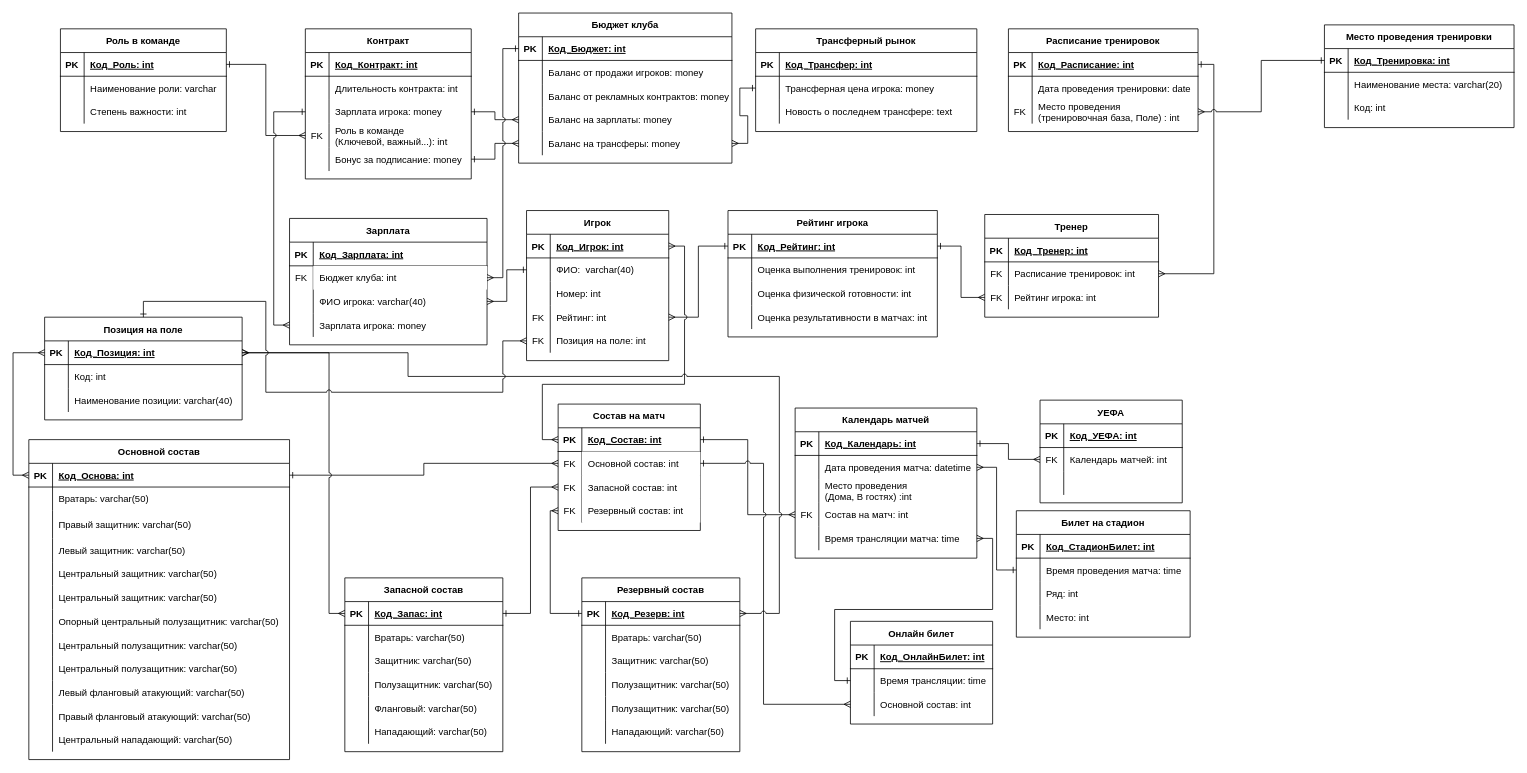
Earlier version of the draw.io diagram page "Page-1" (1 of 2) of ER Diagramm.drawio (Alexsander996/football). Source tidied: cells renumbered, new cells numbered last; positions are measured from the earlier drawing's top-left corner, leaving out a move shared by most shapes. Both pictures are drawn from the tidied source at 79%, with x=0, y=0 at pixel (13, 13).
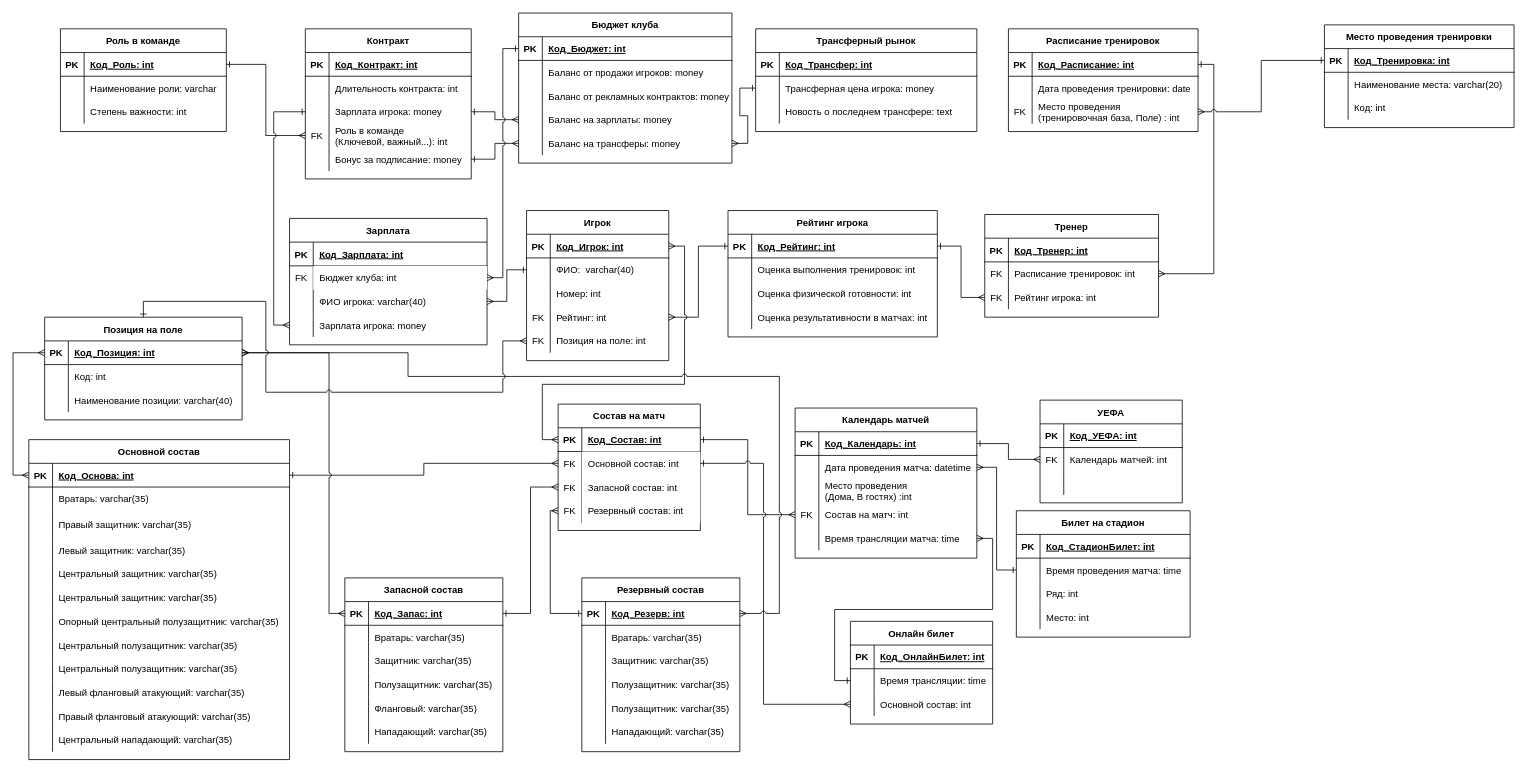
After the change.

Unchanged cells that the change refers to:
```xml
<mxCell id="192" style="shape=partialRectangle;fillColor=none;top=0;left=0;bottom=0;right=0;" parent="188" vertex="1">
  <mxGeometry y="60" width="330" height="30" as="geometry" />
</mxCell>
<mxCell id="195" style="shape=partialRectangle;fillColor=none;top=0;left=0;bottom=0;right=0;" parent="188" vertex="1">
  <mxGeometry y="90" width="330" height="35" as="geometry" />
</mxCell>
<mxCell id="198" style="shape=partialRectangle;fillColor=none;top=0;left=0;bottom=0;right=0;" parent="188" vertex="1">
  <mxGeometry y="125" width="330" height="30" as="geometry" />
</mxCell>
<mxCell id="201" style="shape=partialRectangle;fillColor=none;top=0;left=0;bottom=0;right=0;" parent="188" vertex="1">
  <mxGeometry y="155" width="330" height="30" as="geometry" />
</mxCell>
<mxCell id="204" style="shape=partialRectangle;fillColor=none;top=0;left=0;bottom=0;right=0;" parent="188" vertex="1">
  <mxGeometry y="185" width="330" height="30" as="geometry" />
</mxCell>
<mxCell id="207" style="shape=partialRectangle;fillColor=none;top=0;left=0;bottom=0;right=0;" parent="188" vertex="1">
  <mxGeometry y="215" width="330" height="30" as="geometry" />
</mxCell>
<mxCell id="210" style="shape=partialRectangle;fillColor=none;top=0;left=0;bottom=0;right=0;" parent="188" vertex="1">
  <mxGeometry y="245" width="330" height="30" as="geometry" />
</mxCell>
<mxCell id="213" style="shape=partialRectangle;fillColor=none;top=0;left=0;bottom=0;right=0;" parent="188" vertex="1">
  <mxGeometry y="275" width="330" height="30" as="geometry" />
</mxCell>
<mxCell id="216" style="shape=partialRectangle;fillColor=none;top=0;left=0;bottom=0;right=0;" parent="188" vertex="1">
  <mxGeometry y="305" width="330" height="30" as="geometry" />
</mxCell>
<mxCell id="219" style="shape=partialRectangle;fillColor=none;top=0;left=0;bottom=0;right=0;" parent="188" vertex="1">
  <mxGeometry y="335" width="330" height="30" as="geometry" />
</mxCell>
<mxCell id="222" style="shape=partialRectangle;fillColor=none;top=0;left=0;bottom=0;right=0;" parent="188" vertex="1">
  <mxGeometry y="365" width="330" height="30" as="geometry" />
</mxCell>
<mxCell id="229" style="shape=partialRectangle;fillColor=none;top=0;left=0;bottom=0;right=0;" parent="225" vertex="1">
  <mxGeometry y="60" width="200" height="30" as="geometry" />
</mxCell>
<mxCell id="232" style="shape=partialRectangle;fillColor=none;top=0;left=0;bottom=0;right=0;" parent="225" vertex="1">
  <mxGeometry y="90" width="200" height="30" as="geometry" />
</mxCell>
<mxCell id="235" style="shape=partialRectangle;fillColor=none;top=0;left=0;bottom=0;right=0;" parent="225" vertex="1">
  <mxGeometry y="120" width="200" height="30" as="geometry" />
</mxCell>
<mxCell id="238" style="shape=partialRectangle;fillColor=none;top=0;left=0;bottom=0;right=0;" parent="225" vertex="1">
  <mxGeometry y="150" width="200" height="30" as="geometry" />
</mxCell>
<mxCell id="241" style="shape=partialRectangle;fillColor=none;top=0;left=0;bottom=0;right=0;" parent="225" vertex="1">
  <mxGeometry y="180" width="200" height="30" as="geometry" />
</mxCell>
<mxCell id="248" style="shape=partialRectangle;fillColor=none;top=0;left=0;bottom=0;right=0;" parent="244" vertex="1">
  <mxGeometry y="60" width="200" height="30" as="geometry" />
</mxCell>
<mxCell id="251" style="shape=partialRectangle;fillColor=none;top=0;left=0;bottom=0;right=0;" parent="244" vertex="1">
  <mxGeometry y="90" width="200" height="30" as="geometry" />
</mxCell>
<mxCell id="254" style="shape=partialRectangle;fillColor=none;top=0;left=0;bottom=0;right=0;" parent="244" vertex="1">
  <mxGeometry y="120" width="200" height="30" as="geometry" />
</mxCell>
<mxCell id="257" style="shape=partialRectangle;fillColor=none;top=0;left=0;bottom=0;right=0;" parent="244" vertex="1">
  <mxGeometry y="150" width="200" height="30" as="geometry" />
</mxCell>
<mxCell id="260" style="shape=partialRectangle;fillColor=none;top=0;left=0;bottom=0;right=0;" parent="244" vertex="1">
  <mxGeometry y="180" width="200" height="30" as="geometry" />
</mxCell>
```

Change to the diagram source:
```diff
@@
-    <mxCell id="194" value="Вратарь: varchar(50)" style="shape=partialRectangle;fillColor=none;top=0;left=0;bottom=0;right=0;align=left;spacingLeft=6;overflow=hidden;" parent="192" vertex="1">
+    <mxCell id="194" value="Вратарь: varchar(35)" style="shape=partialRectangle;fillColor=none;top=0;left=0;bottom=0;right=0;align=left;spacingLeft=6;overflow=hidden;" parent="192" vertex="1">
       <mxGeometry x="30" width="300" height="30" as="geometry" />
     </mxCell>
@@
-    <mxCell id="197" value="Правый защитник: varchar(50)" style="shape=partialRectangle;fillColor=none;top=0;left=0;bottom=0;right=0;align=left;spacingLeft=6;overflow=hidden;" parent="195" vertex="1">
+    <mxCell id="197" value="Правый защитник: varchar(35)" style="shape=partialRectangle;fillColor=none;top=0;left=0;bottom=0;right=0;align=left;spacingLeft=6;overflow=hidden;" parent="195" vertex="1">
       <mxGeometry x="30" width="300" height="35" as="geometry" />
     </mxCell>
@@
-    <mxCell id="200" value="Левый защитник: varchar(50)" style="shape=partialRectangle;fillColor=none;top=0;left=0;bottom=0;right=0;align=left;spacingLeft=6;overflow=hidden;" parent="198" vertex="1">
+    <mxCell id="200" value="Левый защитник: varchar(35)" style="shape=partialRectangle;fillColor=none;top=0;left=0;bottom=0;right=0;align=left;spacingLeft=6;overflow=hidden;" parent="198" vertex="1">
       <mxGeometry x="30" width="300" height="30" as="geometry" />
     </mxCell>
@@
-    <mxCell id="203" value="Центральный защитник: varchar(50)" style="shape=partialRectangle;fillColor=none;top=0;left=0;bottom=0;right=0;align=left;spacingLeft=6;overflow=hidden;" parent="201" vertex="1">
+    <mxCell id="203" value="Центральный защитник: varchar(35)" style="shape=partialRectangle;fillColor=none;top=0;left=0;bottom=0;right=0;align=left;spacingLeft=6;overflow=hidden;" parent="201" vertex="1">
       <mxGeometry x="30" width="300" height="30" as="geometry" />
     </mxCell>
@@
-    <mxCell id="206" value="Центральный защитник: varchar(50)" style="shape=partialRectangle;fillColor=none;top=0;left=0;bottom=0;right=0;align=left;spacingLeft=6;overflow=hidden;" parent="204" vertex="1">
+    <mxCell id="206" value="Центральный защитник: varchar(35)" style="shape=partialRectangle;fillColor=none;top=0;left=0;bottom=0;right=0;align=left;spacingLeft=6;overflow=hidden;" parent="204" vertex="1">
       <mxGeometry x="30" width="300" height="30" as="geometry" />
     </mxCell>
@@
-    <mxCell id="209" value="Опорный центральный полузащитник: varchar(50)" style="shape=partialRectangle;fillColor=none;top=0;left=0;bottom=0;right=0;align=left;spacingLeft=6;overflow=hidden;" parent="207" vertex="1">
+    <mxCell id="209" value="Опорный центральный полузащитник: varchar(35)" style="shape=partialRectangle;fillColor=none;top=0;left=0;bottom=0;right=0;align=left;spacingLeft=6;overflow=hidden;" parent="207" vertex="1">
       <mxGeometry x="30" width="300" height="30" as="geometry" />
     </mxCell>
@@
-    <mxCell id="212" value="Центральный полузащитник: varchar(50)" style="shape=partialRectangle;fillColor=none;top=0;left=0;bottom=0;right=0;align=left;spacingLeft=6;overflow=hidden;" parent="210" vertex="1">
+    <mxCell id="212" value="Центральный полузащитник: varchar(35)" style="shape=partialRectangle;fillColor=none;top=0;left=0;bottom=0;right=0;align=left;spacingLeft=6;overflow=hidden;" parent="210" vertex="1">
       <mxGeometry x="30" width="300" height="30" as="geometry" />
     </mxCell>
@@
-    <mxCell id="215" value="Центральный полузащитник: varchar(50)" style="shape=partialRectangle;fillColor=none;top=0;left=0;bottom=0;right=0;align=left;spacingLeft=6;overflow=hidden;" parent="213" vertex="1">
+    <mxCell id="215" value="Центральный полузащитник: varchar(35)" style="shape=partialRectangle;fillColor=none;top=0;left=0;bottom=0;right=0;align=left;spacingLeft=6;overflow=hidden;" parent="213" vertex="1">
       <mxGeometry x="30" width="300" height="30" as="geometry" />
     </mxCell>
@@
-    <mxCell id="218" value="Левый фланговый атакующий: varchar(50)" style="shape=partialRectangle;fillColor=none;top=0;left=0;bottom=0;right=0;align=left;spacingLeft=6;overflow=hidden;" parent="216" vertex="1">
+    <mxCell id="218" value="Левый фланговый атакующий: varchar(35)" style="shape=partialRectangle;fillColor=none;top=0;left=0;bottom=0;right=0;align=left;spacingLeft=6;overflow=hidden;" parent="216" vertex="1">
       <mxGeometry x="30" width="300" height="30" as="geometry" />
     </mxCell>
@@
-    <mxCell id="221" value="Правый фланговый атакующий: varchar(50)" style="shape=partialRectangle;fillColor=none;top=0;left=0;bottom=0;right=0;align=left;spacingLeft=6;overflow=hidden;" parent="219" vertex="1">
+    <mxCell id="221" value="Правый фланговый атакующий: varchar(35)" style="shape=partialRectangle;fillColor=none;top=0;left=0;bottom=0;right=0;align=left;spacingLeft=6;overflow=hidden;" parent="219" vertex="1">
       <mxGeometry x="30" width="300" height="30" as="geometry" />
     </mxCell>
@@
-    <mxCell id="224" value="Центральный нападающий: varchar(50)" style="shape=partialRectangle;fillColor=none;top=0;left=0;bottom=0;right=0;align=left;spacingLeft=6;overflow=hidden;" parent="222" vertex="1">
+    <mxCell id="224" value="Центральный нападающий: varchar(35)" style="shape=partialRectangle;fillColor=none;top=0;left=0;bottom=0;right=0;align=left;spacingLeft=6;overflow=hidden;" parent="222" vertex="1">
       <mxGeometry x="30" width="300" height="30" as="geometry" />
     </mxCell>
@@
-    <mxCell id="231" value="Вратарь: varchar(50)" style="shape=partialRectangle;fillColor=none;top=0;left=0;bottom=0;right=0;align=left;spacingLeft=6;overflow=hidden;" parent="229" vertex="1">
+    <mxCell id="231" value="Вратарь: varchar(35)" style="shape=partialRectangle;fillColor=none;top=0;left=0;bottom=0;right=0;align=left;spacingLeft=6;overflow=hidden;" parent="229" vertex="1">
       <mxGeometry x="30" width="170" height="30" as="geometry" />
     </mxCell>
@@
-    <mxCell id="234" value="Защитник: varchar(50)" style="shape=partialRectangle;fillColor=none;top=0;left=0;bottom=0;right=0;align=left;spacingLeft=6;overflow=hidden;" parent="232" vertex="1">
+    <mxCell id="234" value="Защитник: varchar(35)" style="shape=partialRectangle;fillColor=none;top=0;left=0;bottom=0;right=0;align=left;spacingLeft=6;overflow=hidden;" parent="232" vertex="1">
       <mxGeometry x="30" width="170" height="30" as="geometry" />
     </mxCell>
@@
-    <mxCell id="237" value="Полузащитник: varchar(50)" style="shape=partialRectangle;fillColor=none;top=0;left=0;bottom=0;right=0;align=left;spacingLeft=6;overflow=hidden;" parent="235" vertex="1">
+    <mxCell id="237" value="Полузащитник: varchar(35)" style="shape=partialRectangle;fillColor=none;top=0;left=0;bottom=0;right=0;align=left;spacingLeft=6;overflow=hidden;" parent="235" vertex="1">
       <mxGeometry x="30" width="170" height="30" as="geometry" />
     </mxCell>
@@
-    <mxCell id="240" value="Фланговый: varchar(50)" style="shape=partialRectangle;fillColor=none;top=0;left=0;bottom=0;right=0;align=left;spacingLeft=6;overflow=hidden;" parent="238" vertex="1">
+    <mxCell id="240" value="Фланговый: varchar(35)" style="shape=partialRectangle;fillColor=none;top=0;left=0;bottom=0;right=0;align=left;spacingLeft=6;overflow=hidden;" parent="238" vertex="1">
       <mxGeometry x="30" width="170" height="30" as="geometry" />
     </mxCell>
@@
-    <mxCell id="243" value="Нападающий: varchar(50)" style="shape=partialRectangle;fillColor=none;top=0;left=0;bottom=0;right=0;align=left;spacingLeft=6;overflow=hidden;" parent="241" vertex="1">
+    <mxCell id="243" value="Нападающий: varchar(35)" style="shape=partialRectangle;fillColor=none;top=0;left=0;bottom=0;right=0;align=left;spacingLeft=6;overflow=hidden;" parent="241" vertex="1">
       <mxGeometry x="30" width="170" height="30" as="geometry" />
     </mxCell>
@@
-    <mxCell id="250" value="Вратарь: varchar(50)" style="shape=partialRectangle;fillColor=none;top=0;left=0;bottom=0;right=0;align=left;spacingLeft=6;overflow=hidden;" parent="248" vertex="1">
+    <mxCell id="250" value="Вратарь: varchar(35)" style="shape=partialRectangle;fillColor=none;top=0;left=0;bottom=0;right=0;align=left;spacingLeft=6;overflow=hidden;" parent="248" vertex="1">
       <mxGeometry x="30" width="170" height="30" as="geometry" />
     </mxCell>
@@
-    <mxCell id="253" value="Защитник: varchar(50)" style="shape=partialRectangle;fillColor=none;top=0;left=0;bottom=0;right=0;align=left;spacingLeft=6;overflow=hidden;" parent="251" vertex="1">
+    <mxCell id="253" value="Защитник: varchar(35)" style="shape=partialRectangle;fillColor=none;top=0;left=0;bottom=0;right=0;align=left;spacingLeft=6;overflow=hidden;" parent="251" vertex="1">
       <mxGeometry x="30" width="170" height="30" as="geometry" />
     </mxCell>
@@
-    <mxCell id="256" value="Полузащитник: varchar(50)" style="shape=partialRectangle;fillColor=none;top=0;left=0;bottom=0;right=0;align=left;spacingLeft=6;overflow=hidden;" parent="254" vertex="1">
+    <mxCell id="256" value="Полузащитник: varchar(35)" style="shape=partialRectangle;fillColor=none;top=0;left=0;bottom=0;right=0;align=left;spacingLeft=6;overflow=hidden;" parent="254" vertex="1">
       <mxGeometry x="30" width="170" height="30" as="geometry" />
     </mxCell>
@@
-    <mxCell id="259" value="Полузащитник: varchar(50)" style="shape=partialRectangle;fillColor=none;top=0;left=0;bottom=0;right=0;align=left;spacingLeft=6;overflow=hidden;" parent="257" vertex="1">
+    <mxCell id="259" value="Полузащитник: varchar(35)" style="shape=partialRectangle;fillColor=none;top=0;left=0;bottom=0;right=0;align=left;spacingLeft=6;overflow=hidden;" parent="257" vertex="1">
       <mxGeometry x="30" width="170" height="30" as="geometry" />
     </mxCell>
@@
-    <mxCell id="262" value="Нападающий: varchar(50)" style="shape=partialRectangle;fillColor=none;top=0;left=0;bottom=0;right=0;align=left;spacingLeft=6;overflow=hidden;" parent="260" vertex="1">
+    <mxCell id="262" value="Нападающий: varchar(35)" style="shape=partialRectangle;fillColor=none;top=0;left=0;bottom=0;right=0;align=left;spacingLeft=6;overflow=hidden;" parent="260" vertex="1">
       <mxGeometry x="30" width="170" height="30" as="geometry" />
     </mxCell>
```
